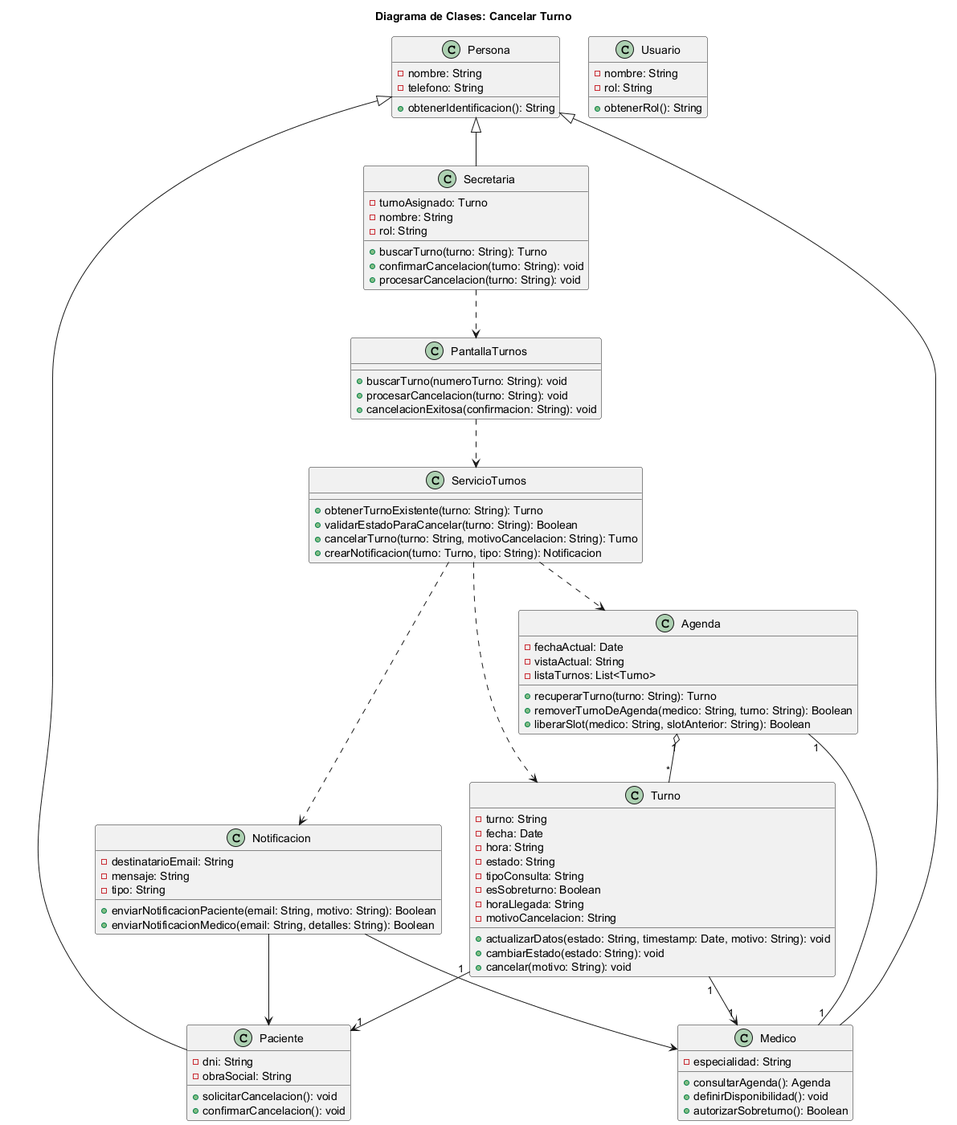
Earlier version of the PlantUML export diagramas/01-diagrama-clases/03-clases-cancelar-turno-03.png (Purezaamor/SistemaTurnosMedicos).
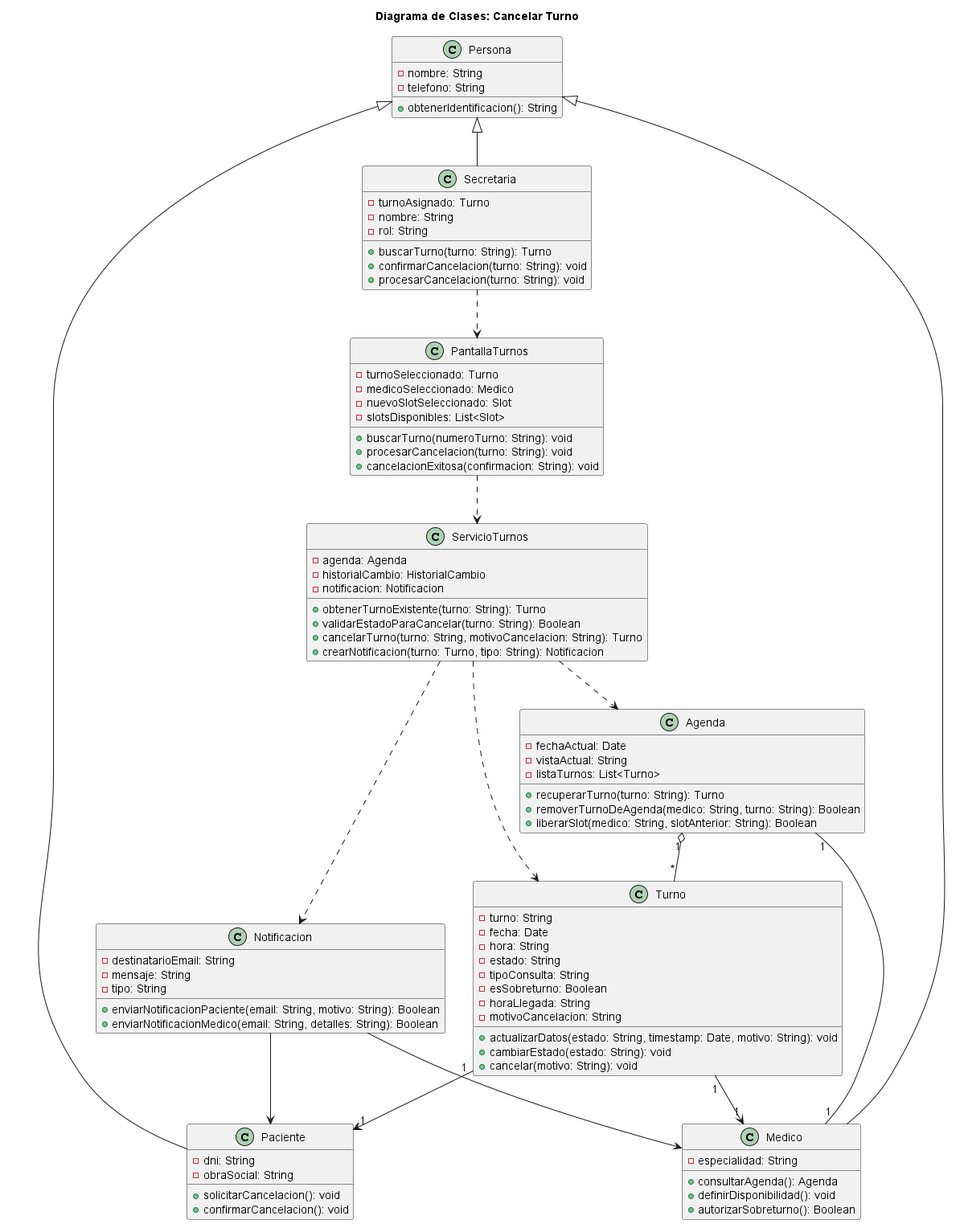
Later version of the same file.

Commit message:
Eliminacion de la Clase Usuario en diagramas 02 y 03 ya que no tenia conexion, se agrega clase involucrada notificacion

What changed in the source:
```diff
@@ -5,12 +5,6 @@
   - nombre: String
   - telefono: String
   + obtenerIdentificacion(): String
-}
-
-class Usuario {
-  - nombre: String
-  - rol: String
-  + obtenerRol(): String
 }
 
 class Paciente {
@@ -68,6 +62,9 @@
 }
 
 class ServicioTurnos {
+  - agenda: Agenda
+  - historialCambio: HistorialCambio
+  - notificacion: Notificacion
   + obtenerTurnoExistente(turno: String): Turno
   + validarEstadoParaCancelar(turno: String): Boolean
   + cancelarTurno(turno: String, motivoCancelacion: String): Turno
@@ -75,6 +72,10 @@
 }
 
 class PantallaTurnos {
+  - turnoSeleccionado: Turno
+  - medicoSeleccionado: Medico
+  - nuevoSlotSeleccionado: Slot
+  - slotsDisponibles: List<Slot>
   + buscarTurno(numeroTurno: String): void
   + procesarCancelacion(turno: String): void
   + cancelacionExitosa(confirmacion: String): void
```
